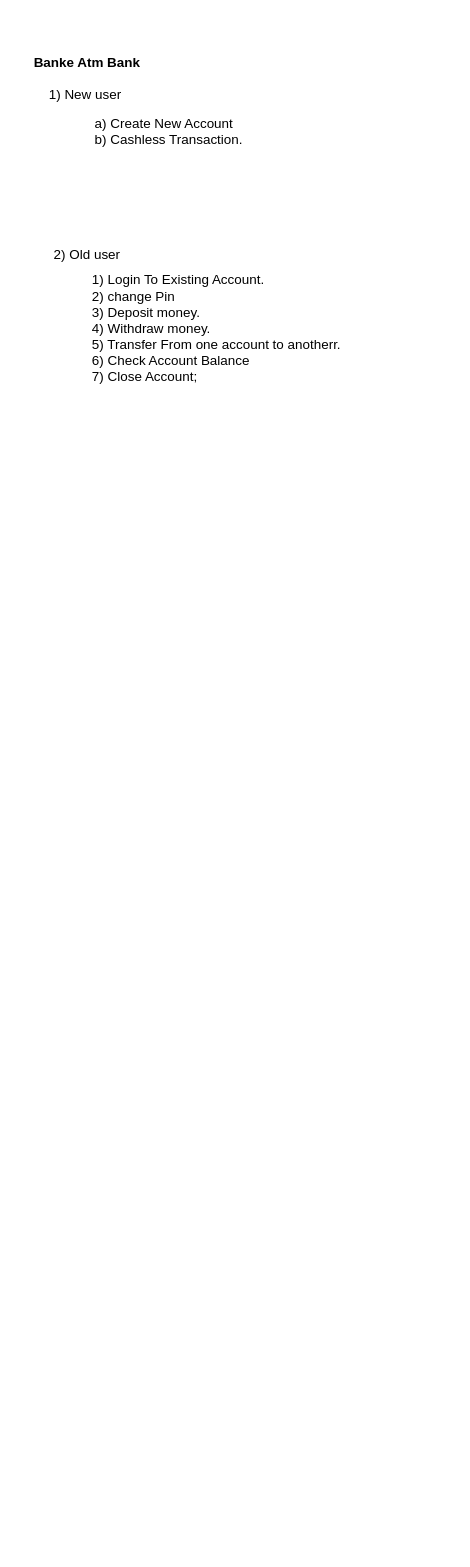
OBOGWUJOSH/joshua--gateOne keeps this draw.io diagram as uml/atm machine.drawio. Above is the earlier version. Source tidied: cells renumbered, new cells numbered last; positions are measured from the earlier drawing's top-left corner, leaving out a move shared by most shapes. Both pictures are drawn from the tidied source at 112%, with x=0, y=0 at pixel (19, 19).
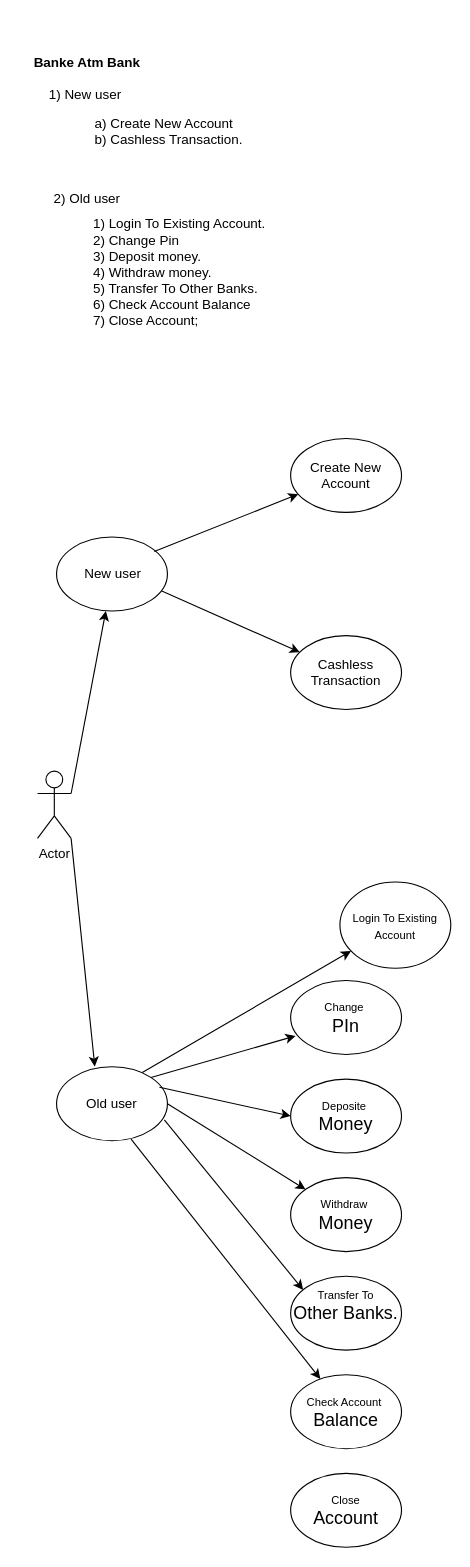
The same diagram, later.

What changed in the source:
```diff
@@
     <mxCell id="4" value="2) Old user" style="text;html=1;align=center;verticalAlign=middle;strokeColor=none;fillColor=none;" parent="1" vertex="1">
-      <mxGeometry x="15.5" y="193" width="88" height="33" as="geometry" />
+      <mxGeometry x="16" y="143" width="88" height="33" as="geometry" />
     </mxCell>
@@
-    <mxCell id="6" value="1) Login To Existing Account.&lt;div&gt;2) change Pin&lt;/div&gt;&lt;div&gt;3) Deposit money.&lt;/div&gt;&lt;div&gt;4) Withdraw money.&lt;/div&gt;&lt;div&gt;5) Transfer From one account to anotherr.&lt;/div&gt;&lt;div&gt;6) Check Account Balance&lt;/div&gt;&lt;div&gt;7) Close Account;&lt;/div&gt;" style="text;html=1;align=left;verticalAlign=middle;strokeColor=none;fillColor=none;" parent="1" vertex="1">
-      <mxGeometry x="63" y="221" width="242" height="110" as="geometry" />
+    <mxCell id="6" value="1) Login To Existing Account.&lt;div&gt;2) Change Pin&lt;/div&gt;&lt;div&gt;3) Deposit money.&lt;/div&gt;&lt;div&gt;4) Withdraw money.&lt;/div&gt;&lt;div&gt;5) Transfer To Other Banks.&lt;/div&gt;&lt;div&gt;6) Check Account Balance&lt;/div&gt;&lt;div&gt;7) Close Account;&lt;/div&gt;" style="text;html=1;align=left;verticalAlign=middle;strokeColor=none;fillColor=none;" parent="1" vertex="1">
+      <mxGeometry x="63.5" y="171" width="176" height="110" as="geometry" />
     </mxCell>
+    <mxCell id="7" value="Actor" style="shape=umlActor;verticalLabelPosition=bottom;verticalAlign=top;html=1;outlineConnect=0;" parent="1" vertex="1">
+      <mxGeometry x="16" y="671" width="30" height="60" as="geometry" />
+    </mxCell>
+    <mxCell id="8" value="Create New Account" style="ellipse;whiteSpace=wrap;html=1;" parent="1" vertex="1">
+      <mxGeometry x="242" y="374" width="99" height="66" as="geometry" />
+    </mxCell>
+    <mxCell id="9" value="Cashless Transaction" style="ellipse;whiteSpace=wrap;html=1;" parent="1" vertex="1">
+      <mxGeometry x="242" y="550" width="99" height="66" as="geometry" />
+    </mxCell>
+    <mxCell id="10" value="Old user" style="ellipse;whiteSpace=wrap;html=1;" parent="1" vertex="1">
+      <mxGeometry x="33" y="935" width="99" height="66" as="geometry" />
+    </mxCell>
+    <mxCell id="11" value="&lt;font style=&quot;font-size: 10px;&quot;&gt;Deposite&amp;nbsp;&lt;/font&gt;&lt;div&gt;&lt;font size=&quot;3&quot; style=&quot;&quot;&gt;Money&lt;/font&gt;&lt;/div&gt;" style="ellipse;whiteSpace=wrap;html=1;" parent="1" vertex="1">
+      <mxGeometry x="242" y="946" width="99" height="66" as="geometry" />
+    </mxCell>
+    <mxCell id="12" value="&lt;font style=&quot;font-size: 10px;&quot;&gt;Change&amp;nbsp;&lt;/font&gt;&lt;div&gt;&lt;font size=&quot;3&quot;&gt;PIn&lt;/font&gt;&lt;/div&gt;" style="ellipse;whiteSpace=wrap;html=1;" parent="1" vertex="1">
+      <mxGeometry x="242" y="858" width="99" height="66" as="geometry" />
+    </mxCell>
+    <mxCell id="13" value="&lt;font style=&quot;font-size: 10px;&quot;&gt;Login To Existing Account&lt;/font&gt;" style="ellipse;whiteSpace=wrap;html=1;" parent="1" vertex="1">
+      <mxGeometry x="286" y="770" width="99" height="77" as="geometry" />
+    </mxCell>
+    <mxCell id="14" value="&lt;font style=&quot;font-size: 10px;&quot;&gt;Withdraw&amp;nbsp;&lt;/font&gt;&lt;div&gt;&lt;font size=&quot;3&quot;&gt;Money&lt;/font&gt;&lt;/div&gt;" style="ellipse;whiteSpace=wrap;html=1;" parent="1" vertex="1">
+      <mxGeometry x="242" y="1034" width="99" height="66" as="geometry" />
+    </mxCell>
+    <mxCell id="15" value="&lt;div style=&quot;text-wrap: nowrap;&quot;&gt;&lt;font style=&quot;font-size: 10px;&quot;&gt;Transfer To&lt;/font&gt;&lt;/div&gt;&lt;div style=&quot;text-wrap: nowrap;&quot;&gt;&lt;font size=&quot;3&quot;&gt;Other Banks.&lt;/font&gt;&lt;/div&gt;&lt;div&gt;&lt;br&gt;&lt;/div&gt;" style="ellipse;whiteSpace=wrap;html=1;align=center;" parent="1" vertex="1">
+      <mxGeometry x="242" y="1122" width="99" height="66" as="geometry" />
+    </mxCell>
+    <mxCell id="16" value="&lt;span style=&quot;text-align: left; text-wrap: nowrap;&quot;&gt;&lt;font style=&quot;font-size: 10px;&quot;&gt;Check Account&amp;nbsp;&lt;/font&gt;&lt;/span&gt;&lt;div&gt;&lt;span style=&quot;text-align: left; text-wrap: nowrap;&quot;&gt;&lt;font size=&quot;3&quot;&gt;Balance&lt;/font&gt;&lt;/span&gt;&lt;/div&gt;" style="ellipse;whiteSpace=wrap;html=1;" parent="1" vertex="1">
+      <mxGeometry x="242" y="1210" width="99" height="66" as="geometry" />
+    </mxCell>
+    <mxCell id="17" value="&lt;font style=&quot;font-size: 10px;&quot;&gt;Close&lt;/font&gt;&lt;div&gt;&lt;font size=&quot;3&quot;&gt;Account&lt;/font&gt;&lt;/div&gt;" style="ellipse;whiteSpace=wrap;html=1;" parent="1" vertex="1">
+      <mxGeometry x="242" y="1298" width="99" height="66" as="geometry" />
+    </mxCell>
+    <mxCell id="18" style="group;" parent="1" vertex="1">
+      <mxGeometry x="33" y="462" width="99" height="66" as="geometry" />
+    </mxCell>
+    <mxCell id="19" style="ellipse;whiteSpace=wrap;html=1;" parent="18" vertex="1">
+      <mxGeometry width="99" height="66" as="geometry" />
+    </mxCell>
+    <mxCell id="20" value="New user" style="text;html=1;align=center;verticalAlign=middle;strokeColor=none;fillColor=none;" parent="18" vertex="1">
+      <mxGeometry x="11" y="16.5" width="77" height="33" as="geometry" />
+    </mxCell>
+    <mxCell id="21" style="endArrow=classic;html=1;rounded=0;exitX=0.881;exitY=0.195;exitDx=0;exitDy=0;exitPerimeter=0;" parent="1" edge="1" source="19" target="8">
+      <mxGeometry relative="1" as="geometry" />
+    </mxCell>
+    <mxCell id="22" style="endArrow=classic;html=1;rounded=0;exitX=0.949;exitY=0.731;exitDx=0;exitDy=0;exitPerimeter=0;" parent="1" edge="1" source="19" target="9">
+      <mxGeometry relative="1" as="geometry" />
+    </mxCell>
+    <mxCell id="23" style="endArrow=classic;html=1;rounded=0;exitX=0.773;exitY=0.078;exitDx=0;exitDy=0;exitPerimeter=0;" parent="1" edge="1" source="10" target="13">
+      <mxGeometry relative="1" as="geometry" />
+    </mxCell>
+    <mxCell id="24" style="endArrow=classic;html=1;rounded=0;entryX=0.044;entryY=0.749;entryDx=0;entryDy=0;entryPerimeter=0;exitX=1;exitY=0;exitDx=0;exitDy=0;" parent="1" edge="1" source="10" target="12">
+      <mxGeometry relative="1" as="geometry" />
+    </mxCell>
+    <mxCell id="25" style="endArrow=classic;html=1;rounded=0;exitX=0.928;exitY=0.277;exitDx=0;exitDy=0;exitPerimeter=0;entryX=0;entryY=0.5;entryDx=0;entryDy=0;" parent="1" edge="1" source="10" target="11">
+      <mxGeometry relative="1" as="geometry" />
+    </mxCell>
+    <mxCell id="26" style="endArrow=classic;html=1;rounded=0;exitX=1;exitY=0.3333333333333333;exitDx=0;exitDy=0;exitPerimeter=0;" parent="1" edge="1" source="7">
+      <mxGeometry relative="1" as="geometry">
+        <mxPoint x="77" y="528" as="targetPoint" />
+      </mxGeometry>
+    </mxCell>
+    <mxCell id="27" style="endArrow=classic;html=1;rounded=0;entryX=0.345;entryY=-0.003;entryDx=0;entryDy=0;entryPerimeter=0;exitX=1;exitY=1;exitDx=0;exitDy=0;exitPerimeter=0;" parent="1" edge="1" source="7" target="10">
+      <mxGeometry relative="1" as="geometry" />
+    </mxCell>
+    <mxCell id="28" style="endArrow=classic;html=1;rounded=0;exitX=1;exitY=0.5;exitDx=0;exitDy=0;" parent="1" edge="1" source="10" target="14">
+      <mxGeometry relative="1" as="geometry" />
+    </mxCell>
+    <mxCell id="29" style="endArrow=classic;html=1;rounded=0;entryX=0.113;entryY=0.184;entryDx=0;entryDy=0;entryPerimeter=0;exitX=0.972;exitY=0.719;exitDx=0;exitDy=0;exitPerimeter=0;" parent="1" edge="1" source="10" target="15">
+      <mxGeometry relative="1" as="geometry" />
+    </mxCell>
+    <mxCell id="30" style="endArrow=classic;html=1;rounded=0;exitX=0.672;exitY=0.978;exitDx=0;exitDy=0;exitPerimeter=0;" parent="1" edge="1" source="10" target="16">
+      <mxGeometry relative="1" as="geometry" />
+    </mxCell>
```
